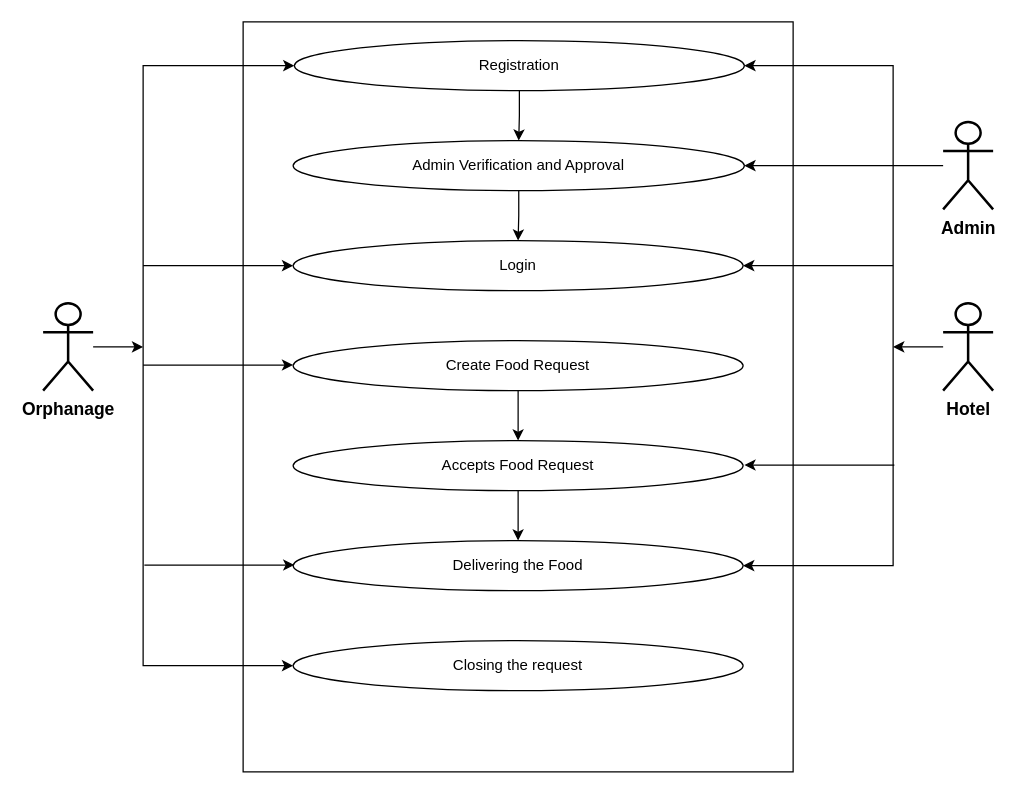
This is useCaseDiagram.drawio from Sriram-V-99/MCA-Project-, a draw.io file, before an edit. Source tidied: cells renumbered, new cells numbered last; positions are measured from the earlier drawing's top-left corner, leaving out a move shared by most shapes. Both pictures are drawn from the tidied source at 125%, with x=0, y=0 at pixel (42, 40).
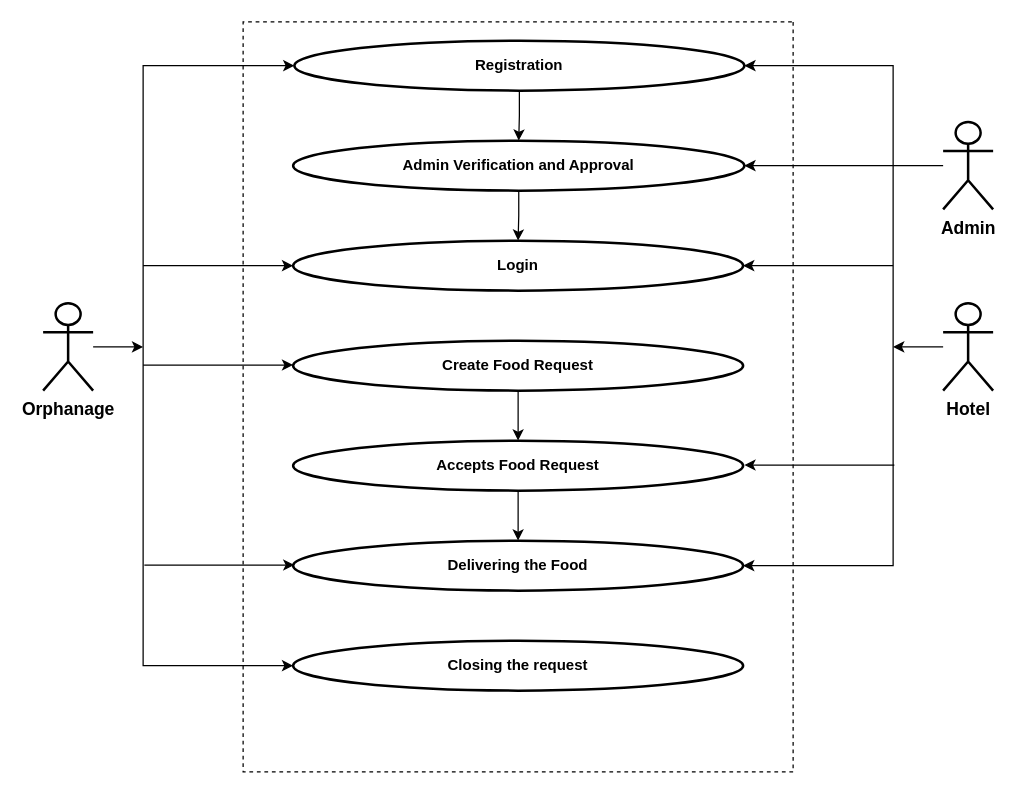
The same diagram, later.

Diff of the diagram source:
```diff
@@
-    <mxCell id="2" style="rounded=0;whiteSpace=wrap;html=1;rotation=90;" parent="1" vertex="1">
+    <mxCell id="2" style="rounded=0;whiteSpace=wrap;html=1;rotation=90;dashed=1;" parent="1" vertex="1">
       <mxGeometry x="80" y="65" width="600" height="440" as="geometry" />
     </mxCell>
@@
-    <mxCell id="10" value="Registration" style="ellipse;whiteSpace=wrap;html=1;" parent="1" vertex="1">
+    <mxCell id="10" value="&lt;b&gt;Registration&lt;/b&gt;" style="ellipse;whiteSpace=wrap;html=1;strokeWidth=2;" parent="1" vertex="1">
       <mxGeometry x="201" width="360" height="40" as="geometry" />
     </mxCell>
@@
-    <mxCell id="12" value="Admin Verification and Approval" style="ellipse;whiteSpace=wrap;html=1;" parent="1" vertex="1">
+    <mxCell id="12" value="&lt;b&gt;Admin Verification and Approval&lt;/b&gt;" style="ellipse;whiteSpace=wrap;html=1;strokeWidth=2;" parent="1" vertex="1">
       <mxGeometry x="200" y="80" width="361" height="40" as="geometry" />
     </mxCell>
-    <mxCell id="13" value="Login" style="ellipse;whiteSpace=wrap;html=1;" parent="1" vertex="1">
+    <mxCell id="13" value="&lt;b&gt;Login&lt;/b&gt;" style="ellipse;whiteSpace=wrap;html=1;strokeWidth=2;" parent="1" vertex="1">
       <mxGeometry x="200" y="160" width="360" height="40" as="geometry" />
     </mxCell>
@@
-    <mxCell id="15" value="Create Food Request" style="ellipse;whiteSpace=wrap;html=1;" parent="1" vertex="1">
+    <mxCell id="15" value="&lt;b&gt;Create Food Request&lt;/b&gt;" style="ellipse;whiteSpace=wrap;html=1;strokeWidth=2;" parent="1" vertex="1">
       <mxGeometry x="200" y="240" width="360" height="40" as="geometry" />
     </mxCell>
@@
-    <mxCell id="17" value="Accepts Food Request" style="ellipse;whiteSpace=wrap;html=1;" parent="1" vertex="1">
+    <mxCell id="17" value="&lt;b&gt;Accepts Food Request&lt;/b&gt;" style="ellipse;whiteSpace=wrap;html=1;strokeWidth=2;" parent="1" vertex="1">
       <mxGeometry x="200" y="320" width="360" height="40" as="geometry" />
     </mxCell>
-    <mxCell id="18" value="Delivering the Food" style="ellipse;whiteSpace=wrap;html=1;" parent="1" vertex="1">
+    <mxCell id="18" value="&lt;b&gt;Delivering the Food&lt;/b&gt;" style="ellipse;whiteSpace=wrap;html=1;strokeWidth=2;" parent="1" vertex="1">
       <mxGeometry x="200" y="400" width="360" height="40" as="geometry" />
     </mxCell>
-    <mxCell id="19" value="Closing the request" style="ellipse;whiteSpace=wrap;html=1;" parent="1" vertex="1">
+    <mxCell id="19" value="&lt;b&gt;Closing the request&lt;/b&gt;" style="ellipse;whiteSpace=wrap;html=1;strokeWidth=2;" parent="1" vertex="1">
       <mxGeometry x="200" y="480" width="360" height="40" as="geometry" />
     </mxCell>
```
